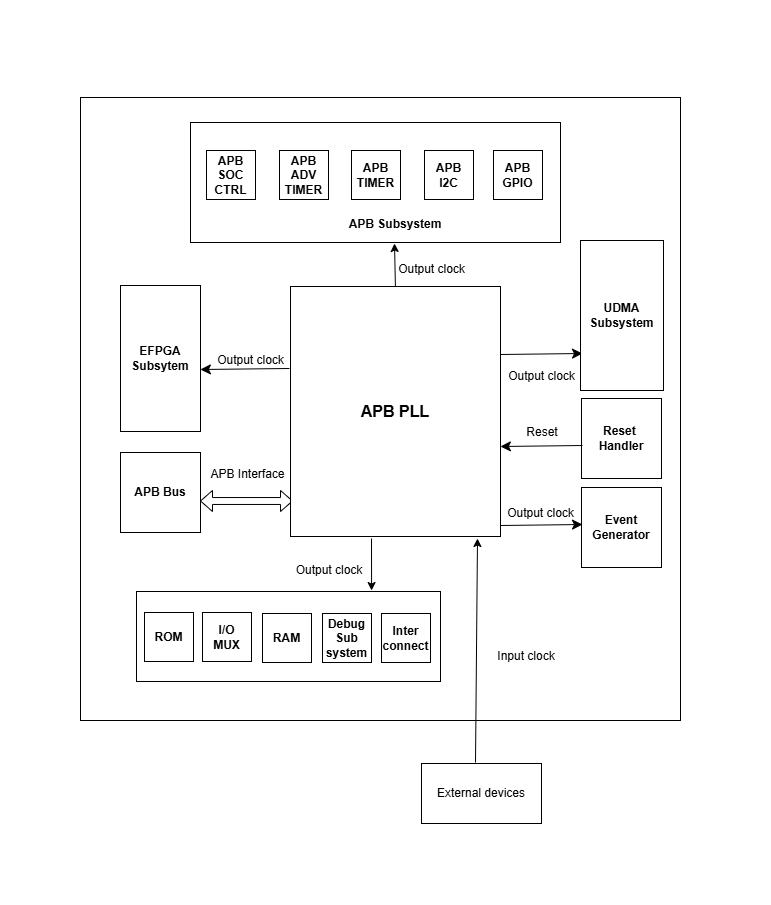
The draw.io diagram docs/doc-src/ip-blocks/apb_pll_soc_connections.png in cst-rameez/core-v-mcu, before a commit. Source tidied: cells renumbered, new cells last; positions are measured from the earlier drawing's top-left corner, leaving out a move shared by most shapes.
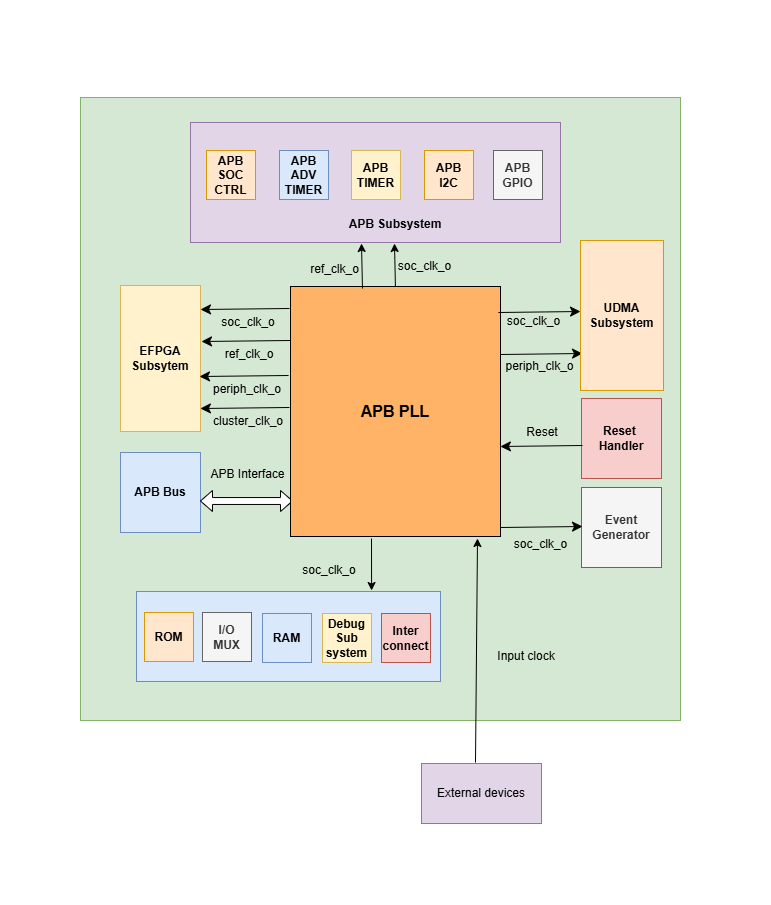
Later version of the same file.

Commit message:
Cleaned the .rst and block diagrams

The edit, as a diff of the source:
```diff
@@ -2,16 +2,16 @@
   <root>
     <mxCell id="0" />
     <mxCell id="1" parent="0" />
-    <mxCell id="2" style="rounded=0;whiteSpace=wrap;html=1;" parent="1" vertex="1">
+    <mxCell id="2" style="rounded=0;whiteSpace=wrap;html=1;fillColor=#d5e8d4;strokeColor=#82b366;" parent="1" vertex="1">
       <mxGeometry x="80" y="97" width="600" height="623" as="geometry" />
     </mxCell>
-    <mxCell id="3" style="rounded=0;whiteSpace=wrap;html=1;" parent="1" vertex="1">
+    <mxCell id="3" style="rounded=0;whiteSpace=wrap;html=1;fillColor=#e1d5e7;strokeColor=#9673a6;" parent="1" vertex="1">
       <mxGeometry x="190" y="122" width="370" height="120" as="geometry" />
     </mxCell>
-    <mxCell id="4" value="&lt;b&gt;APB Bus&lt;/b&gt;" style="whiteSpace=wrap;html=1;" parent="1" vertex="1">
+    <mxCell id="4" value="&lt;b&gt;APB Bus&lt;/b&gt;" style="whiteSpace=wrap;html=1;fillColor=#dae8fc;strokeColor=#6c8ebf;" parent="1" vertex="1">
       <mxGeometry x="120" y="452" width="80" height="80" as="geometry" />
     </mxCell>
-    <mxCell id="5" value="&lt;b&gt;Event Generator&lt;/b&gt;" style="whiteSpace=wrap;html=1;" parent="1" vertex="1">
+    <mxCell id="5" value="&lt;b&gt;Event Generator&lt;/b&gt;" style="whiteSpace=wrap;html=1;fillColor=#f5f5f5;fontColor=#333333;strokeColor=#666666;" parent="1" vertex="1">
       <mxGeometry x="581" y="487" width="80" height="80" as="geometry" />
     </mxCell>
     <mxCell id="6" style="endArrow=classic;html=1;rounded=0;entryX=0.401;entryY=0.031;entryDx=0;entryDy=0;entryPerimeter=0;exitX=0.75;exitY=1;exitDx=0;exitDy=0;" parent="1" edge="1">
@@ -29,7 +29,7 @@
     <mxCell id="9" value="APB Interface" style="text;strokeColor=none;align=center;fillColor=none;html=1;verticalAlign=middle;whiteSpace=wrap;rounded=0;" parent="1" vertex="1">
       <mxGeometry x="206" y="457" width="83" height="33" as="geometry" />
     </mxCell>
-    <mxCell id="10" style="rounded=0;whiteSpace=wrap;html=1;" parent="1" vertex="1">
+    <mxCell id="10" style="rounded=0;whiteSpace=wrap;html=1;fillColor=#dae8fc;strokeColor=#6c8ebf;" parent="1" vertex="1">
       <mxGeometry x="136" y="591" width="304" height="90" as="geometry" />
     </mxCell>
     <mxCell id="11" style="endArrow=classic;html=1;rounded=0;entryX=0.401;entryY=0.031;entryDx=0;entryDy=0;entryPerimeter=0;exitX=0.45;exitY=-0.017;exitDx=0;exitDy=0;exitPerimeter=0;" parent="1" edge="1" source="42">
@@ -37,11 +37,11 @@
         <mxPoint x="477" y="538" as="targetPoint" />
       </mxGeometry>
     </mxCell>
-    <mxCell id="12" value="Output clock" style="text;strokeColor=none;align=center;fillColor=none;html=1;verticalAlign=middle;whiteSpace=wrap;rounded=0;" parent="1" vertex="1">
+    <mxCell id="12" value="soc_clk_o" style="text;strokeColor=none;align=center;fillColor=none;html=1;verticalAlign=middle;whiteSpace=wrap;rounded=0;" parent="1" vertex="1">
       <mxGeometry x="291" y="555" width="76" height="30" as="geometry" />
     </mxCell>
-    <mxCell id="13" value="Output clock" style="text;strokeColor=none;align=center;fillColor=none;html=1;verticalAlign=middle;whiteSpace=wrap;rounded=0;" parent="1" vertex="1">
-      <mxGeometry x="502" y="493" width="77" height="40" as="geometry" />
+    <mxCell id="13" value="soc_clk_o" style="text;strokeColor=none;align=center;fillColor=none;html=1;verticalAlign=middle;whiteSpace=wrap;rounded=0;" parent="1" vertex="1">
+      <mxGeometry x="502" y="524" width="77" height="40" as="geometry" />
     </mxCell>
     <mxCell id="14" style="rounded=0;whiteSpace=wrap;html=1;strokeColor=#FFFFFF;" parent="1" vertex="1">
       <mxGeometry x="302" width="120" height="60" as="geometry" />
@@ -52,22 +52,22 @@
     <mxCell id="16" style="rounded=0;whiteSpace=wrap;html=1;strokeColor=#FFFFFF;direction=south;" parent="1" vertex="1">
       <mxGeometry y="398" width="60" height="120" as="geometry" />
     </mxCell>
-    <mxCell id="17" value="&lt;b&gt;APB GPIO&lt;/b&gt;" style="whiteSpace=wrap;html=1;" parent="1" vertex="1">
+    <mxCell id="17" value="&lt;b&gt;APB GPIO&lt;/b&gt;" style="whiteSpace=wrap;html=1;fillColor=#f5f5f5;fontColor=#333333;strokeColor=#666666;" parent="1" vertex="1">
       <mxGeometry x="493" y="150" width="49" height="49" as="geometry" />
     </mxCell>
-    <mxCell id="18" value="&lt;b&gt;APB SOC CTRL&lt;/b&gt;" style="whiteSpace=wrap;html=1;" parent="1" vertex="1">
+    <mxCell id="18" value="&lt;b&gt;APB SOC CTRL&lt;/b&gt;" style="whiteSpace=wrap;html=1;fillColor=#ffe6cc;strokeColor=#d79b00;" parent="1" vertex="1">
       <mxGeometry x="206" y="150" width="49" height="49" as="geometry" />
     </mxCell>
-    <mxCell id="19" value="&lt;b&gt;APB ADV TIMER&lt;/b&gt;" style="whiteSpace=wrap;html=1;" parent="1" vertex="1">
+    <mxCell id="19" value="&lt;b&gt;APB ADV TIMER&lt;/b&gt;" style="whiteSpace=wrap;html=1;fillColor=#dae8fc;strokeColor=#6c8ebf;" parent="1" vertex="1">
       <mxGeometry x="279" y="150" width="49" height="49" as="geometry" />
     </mxCell>
-    <mxCell id="20" value="&lt;b&gt;APB TIMER&lt;/b&gt;" style="whiteSpace=wrap;html=1;" parent="1" vertex="1">
+    <mxCell id="20" value="&lt;b&gt;APB TIMER&lt;/b&gt;" style="whiteSpace=wrap;html=1;fillColor=#fff2cc;strokeColor=#d6b656;" parent="1" vertex="1">
       <mxGeometry x="351" y="150" width="49" height="49" as="geometry" />
     </mxCell>
-    <mxCell id="21" value="&lt;b&gt;APB I2C&lt;/b&gt;" style="whiteSpace=wrap;html=1;" parent="1" vertex="1">
+    <mxCell id="21" value="&lt;b&gt;APB I2C&lt;/b&gt;" style="whiteSpace=wrap;html=1;fillColor=#ffe6cc;strokeColor=#d79b00;" parent="1" vertex="1">
       <mxGeometry x="424" y="150" width="49" height="49" as="geometry" />
     </mxCell>
-    <mxCell id="22" value="&lt;b&gt;&lt;font style=&quot;font-size: 16px;&quot;&gt;APB PLL&lt;/font&gt;&lt;/b&gt;" style="rounded=0;whiteSpace=wrap;html=1;" parent="1" vertex="1">
+    <mxCell id="22" value="&lt;b&gt;&lt;font style=&quot;font-size: 16px;&quot;&gt;APB PLL&lt;/font&gt;&lt;/b&gt;" style="rounded=0;whiteSpace=wrap;html=1;fillColor=#FFB366;" parent="1" vertex="1">
       <mxGeometry x="290" y="286" width="210" height="250" as="geometry" />
     </mxCell>
     <mxCell id="23" value="&lt;font style=&quot;font-size: 12px;&quot;&gt;&lt;b&gt;APB Subsystem&lt;/b&gt;&lt;/font&gt;" style="text;strokeColor=none;fillColor=none;html=1;align=center;verticalAlign=middle;whiteSpace=wrap;rounded=0;fontSize=16;" parent="1" vertex="1">
@@ -75,11 +75,11 @@
     </mxCell>
     <mxCell id="24" style="endArrow=classic;html=1;rounded=0;fontSize=12;startSize=8;endSize=8;curved=1;exitX=0.99;exitY=0.784;exitDx=0;exitDy=0;exitPerimeter=0;" parent="1" edge="1">
       <mxGeometry relative="1" as="geometry">
-        <mxPoint x="499.9" y="525" as="sourcePoint" />
-        <mxPoint x="582" y="524" as="targetPoint" />
+        <mxPoint x="499.9" y="527" as="sourcePoint" />
+        <mxPoint x="582" y="526" as="targetPoint" />
       </mxGeometry>
     </mxCell>
-    <mxCell id="25" value="&lt;b&gt;Reset&amp;nbsp;&lt;/b&gt;&lt;div&gt;&lt;b&gt;Handler&lt;/b&gt;&lt;/div&gt;" style="whiteSpace=wrap;html=1;" parent="1" vertex="1">
+    <mxCell id="25" value="&lt;b&gt;Reset&amp;nbsp;&lt;/b&gt;&lt;div&gt;&lt;b&gt;Handler&lt;/b&gt;&lt;/div&gt;" style="whiteSpace=wrap;html=1;fillColor=#f8cecc;strokeColor=#b85450;" parent="1" vertex="1">
       <mxGeometry x="581" y="398" width="80" height="80" as="geometry" />
     </mxCell>
     <mxCell id="26" style="endArrow=classic;html=1;rounded=0;fontSize=12;startSize=8;endSize=8;curved=1;exitX=0.99;exitY=0.784;exitDx=0;exitDy=0;exitPerimeter=0;" parent="1" edge="1">
@@ -94,25 +94,16 @@
         <mxPoint x="582" y="353" as="targetPoint" />
       </mxGeometry>
     </mxCell>
-    <mxCell id="28" value="Output clock" style="text;strokeColor=none;align=center;fillColor=none;html=1;verticalAlign=middle;whiteSpace=wrap;rounded=0;" parent="1" vertex="1">
-      <mxGeometry x="503" y="356" width="77" height="40" as="geometry" />
+    <mxCell id="28" value="periph_clk_o" style="text;strokeColor=none;align=center;fillColor=none;html=1;verticalAlign=middle;whiteSpace=wrap;rounded=0;" parent="1" vertex="1">
+      <mxGeometry x="511" y="348" width="57" height="35" as="geometry" />
     </mxCell>
-    <mxCell id="29" value="&lt;b&gt;EFPGA&lt;/b&gt;&lt;div&gt;&lt;b&gt;Subsytem&lt;/b&gt;&lt;/div&gt;" style="rounded=0;whiteSpace=wrap;html=1;" parent="1" vertex="1">
+    <mxCell id="29" value="&lt;b&gt;EFPGA&lt;/b&gt;&lt;div&gt;&lt;b&gt;Subsytem&lt;/b&gt;&lt;/div&gt;" style="rounded=0;whiteSpace=wrap;html=1;fillColor=#fff2cc;strokeColor=#d6b656;" parent="1" vertex="1">
       <mxGeometry x="120" y="285" width="80" height="146" as="geometry" />
     </mxCell>
-    <mxCell id="30" style="endArrow=classic;html=1;rounded=0;fontSize=12;startSize=8;endSize=8;curved=1;exitX=-0.005;exitY=0.468;exitDx=0;exitDy=0;exitPerimeter=0;" parent="1" edge="1">
-      <mxGeometry relative="1" as="geometry">
-        <mxPoint x="289" y="368" as="sourcePoint" />
-        <mxPoint x="199.9" y="369" as="targetPoint" />
-      </mxGeometry>
-    </mxCell>
-    <mxCell id="31" value="Output clock" style="text;strokeColor=none;align=center;fillColor=none;html=1;verticalAlign=middle;whiteSpace=wrap;rounded=0;" parent="1" vertex="1">
-      <mxGeometry x="393" y="249" width="77" height="40" as="geometry" />
+    <mxCell id="31" value="soc_clk_o" style="text;strokeColor=none;align=center;fillColor=none;html=1;verticalAlign=middle;whiteSpace=wrap;rounded=0;" parent="1" vertex="1">
+      <mxGeometry x="386" y="255" width="77" height="22" as="geometry" />
     </mxCell>
-    <mxCell id="32" value="Output clock" style="text;strokeColor=none;align=center;fillColor=none;html=1;verticalAlign=middle;whiteSpace=wrap;rounded=0;" parent="1" vertex="1">
-      <mxGeometry x="212" y="340" width="77" height="40" as="geometry" />
-    </mxCell>
-    <mxCell id="33" value="&lt;b&gt;UDMA&lt;br&gt;Subsystem&lt;/b&gt;" style="rounded=0;whiteSpace=wrap;html=1;" parent="1" vertex="1">
+    <mxCell id="33" value="&lt;b&gt;UDMA&lt;br&gt;Subsystem&lt;/b&gt;" style="rounded=0;whiteSpace=wrap;html=1;fillColor=#ffe6cc;strokeColor=#d79b00;" parent="1" vertex="1">
       <mxGeometry x="580" y="240" width="83" height="150" as="geometry" />
     </mxCell>
     <mxCell id="34" style="endArrow=classic;html=1;rounded=0;entryX=0.401;entryY=0.031;entryDx=0;entryDy=0;entryPerimeter=0;exitX=0.311;exitY=-0.033;exitDx=0;exitDy=0;exitPerimeter=0;" parent="1" edge="1">
@@ -121,19 +112,19 @@
         <mxPoint x="371.1" y="590" as="targetPoint" />
       </mxGeometry>
     </mxCell>
-    <mxCell id="35" value="&lt;b&gt;ROM&lt;/b&gt;" style="whiteSpace=wrap;html=1;" parent="1" vertex="1">
+    <mxCell id="35" value="&lt;b&gt;ROM&lt;/b&gt;" style="whiteSpace=wrap;html=1;fillColor=#ffe6cc;strokeColor=#d79b00;" parent="1" vertex="1">
       <mxGeometry x="144" y="612" width="49" height="49" as="geometry" />
     </mxCell>
-    <mxCell id="36" value="&lt;b&gt;I/O &lt;br&gt;MUX&lt;/b&gt;" style="whiteSpace=wrap;html=1;" parent="1" vertex="1">
+    <mxCell id="36" value="&lt;b&gt;I/O &lt;br&gt;MUX&lt;/b&gt;" style="whiteSpace=wrap;html=1;fillColor=#f5f5f5;fontColor=#333333;strokeColor=#666666;" parent="1" vertex="1">
       <mxGeometry x="202" y="612" width="49" height="49" as="geometry" />
     </mxCell>
-    <mxCell id="37" value="&lt;b&gt;RAM&lt;/b&gt;" style="whiteSpace=wrap;html=1;" parent="1" vertex="1">
+    <mxCell id="37" value="&lt;b&gt;RAM&lt;/b&gt;" style="whiteSpace=wrap;html=1;fillColor=#dae8fc;strokeColor=#6c8ebf;" parent="1" vertex="1">
       <mxGeometry x="262" y="613" width="49" height="49" as="geometry" />
     </mxCell>
-    <mxCell id="38" value="&lt;b&gt;Debug&lt;br&gt;Sub&lt;/b&gt;&lt;div&gt;&lt;b&gt;system&lt;/b&gt;&lt;/div&gt;" style="whiteSpace=wrap;html=1;" parent="1" vertex="1">
+    <mxCell id="38" value="&lt;b&gt;Debug&lt;br&gt;Sub&lt;/b&gt;&lt;div&gt;&lt;b&gt;system&lt;/b&gt;&lt;/div&gt;" style="whiteSpace=wrap;html=1;fillColor=#fff2cc;strokeColor=#d6b656;" parent="1" vertex="1">
       <mxGeometry x="322" y="613" width="49" height="49" as="geometry" />
     </mxCell>
-    <mxCell id="39" value="&lt;b&gt;Inter connect&lt;/b&gt;" style="whiteSpace=wrap;html=1;" parent="1" vertex="1">
+    <mxCell id="39" value="&lt;b&gt;Inter connect&lt;/b&gt;" style="whiteSpace=wrap;html=1;fillColor=#f8cecc;strokeColor=#b85450;" parent="1" vertex="1">
       <mxGeometry x="381" y="613" width="49" height="49" as="geometry" />
     </mxCell>
     <mxCell id="40" value="Input clock" style="text;strokeColor=none;align=center;fillColor=none;html=1;verticalAlign=middle;whiteSpace=wrap;rounded=0;" parent="1" vertex="1">
@@ -142,8 +133,74 @@
     <mxCell id="41" style="rounded=0;whiteSpace=wrap;html=1;strokeColor=#FFFFFF;" parent="1" vertex="1">
       <mxGeometry x="340" y="844" width="120" height="60" as="geometry" />
     </mxCell>
-    <mxCell id="42" value="External devices" style="rounded=0;whiteSpace=wrap;html=1;" parent="1" vertex="1">
+    <mxCell id="42" value="External devices" style="rounded=0;whiteSpace=wrap;html=1;fillColor=#e1d5e7;strokeColor=#9673a6;" parent="1" vertex="1">
       <mxGeometry x="421" y="763" width="120" height="60" as="geometry" />
     </mxCell>
+    <mxCell id="43" style="endArrow=classic;html=1;rounded=0;fontSize=12;startSize=8;endSize=8;curved=1;exitX=0.99;exitY=0.784;exitDx=0;exitDy=0;exitPerimeter=0;" parent="1" edge="1">
+      <mxGeometry relative="1" as="geometry">
+        <mxPoint x="497.9" y="312" as="sourcePoint" />
+        <mxPoint x="580" y="311" as="targetPoint" />
+      </mxGeometry>
+    </mxCell>
+    <mxCell id="44" value="soc_clk_o" style="text;strokeColor=none;align=center;fillColor=none;html=1;verticalAlign=middle;whiteSpace=wrap;rounded=0;" parent="1" vertex="1">
+      <mxGeometry x="495" y="301" width="77" height="40" as="geometry" />
+    </mxCell>
+    <mxCell id="45" style="group;" parent="1" vertex="1">
+      <mxGeometry x="199.9" y="407" width="89.1" height="24" as="geometry" />
+    </mxCell>
+    <mxCell id="30" style="endArrow=classic;html=1;rounded=0;fontSize=12;startSize=8;endSize=8;curved=1;exitX=-0.005;exitY=0.468;exitDx=0;exitDy=0;exitPerimeter=0;" parent="45" edge="1">
+      <mxGeometry relative="1" as="geometry">
+        <mxPoint x="89.1" as="sourcePoint" />
+        <mxPoint y="1" as="targetPoint" />
+      </mxGeometry>
+    </mxCell>
+    <mxCell id="32" value="cluster_clk_o" style="text;strokeColor=none;align=center;fillColor=none;html=1;verticalAlign=middle;whiteSpace=wrap;rounded=0;" parent="45" vertex="1">
+      <mxGeometry x="9.1" y="3" width="78" height="21" as="geometry" />
+    </mxCell>
+    <mxCell id="46" style="group;" parent="1" vertex="1">
+      <mxGeometry x="199" y="375" width="89.1" height="24" as="geometry" />
+    </mxCell>
+    <mxCell id="47" style="endArrow=classic;html=1;rounded=0;fontSize=12;startSize=8;endSize=8;curved=1;exitX=-0.005;exitY=0.468;exitDx=0;exitDy=0;exitPerimeter=0;" parent="46" edge="1">
+      <mxGeometry relative="1" as="geometry">
+        <mxPoint x="89.1" as="sourcePoint" />
+        <mxPoint y="1" as="targetPoint" />
+      </mxGeometry>
+    </mxCell>
+    <mxCell id="48" value="periph&lt;span style=&quot;color: rgba(0, 0, 0, 0); font-family: monospace; font-size: 0px; text-align: start; text-wrap-mode: nowrap;&quot;&gt;%3CmxGraphModel%3E%3Croot%3E%3CmxCell%20id%3D%220%22%2F%3E%3CmxCell%20id%3D%221%22%20parent%3D%220%22%2F%3E%3CmxCell%20id%3D%222%22%20value%3D%22%22%20style%3D%22group%22%20vertex%3D%221%22%20connectable%3D%220%22%20parent%3D%221%22%3E%3CmxGeometry%20x%3D%22239.89999999999998%22%20y%3D%22615%22%20width%3D%2289.05000000000007%22%20height%3D%2224%22%20as%3D%22geometry%22%2F%3E%3C%2FmxCell%3E%3CmxCell%20id%3D%223%22%20value%3D%22%22%20style%3D%22endArrow%3Dclassic%3Bhtml%3D1%3Brounded%3D0%3BfontSize%3D12%3BstartSize%3D8%3BendSize%3D8%3Bcurved%3D1%3BexitX%3D-0.005%3BexitY%3D0.468%3BexitDx%3D0%3BexitDy%3D0%3BexitPerimeter%3D0%3B%22%20edge%3D%221%22%20parent%3D%222%22%3E%3CmxGeometry%20width%3D%2250%22%20height%3D%2250%22%20relative%3D%221%22%20as%3D%22geometry%22%3E%3CmxPoint%20x%3D%2289.05000000000007%22%20as%3D%22sourcePoint%22%2F%3E%3CmxPoint%20y%3D%221%22%20as%3D%22targetPoint%22%2F%3E%3C%2FmxGeometry%3E%3C%2FmxCell%3E%3CmxCell%20id%3D%224%22%20value%3D%22cluster_clk_o%22%20style%3D%22text%3BstrokeColor%3Dnone%3Balign%3Dcenter%3BfillColor%3Dnone%3Bhtml%3D1%3BverticalAlign%3Dmiddle%3BwhiteSpace%3Dwrap%3Brounded%3D0%3B%22%20vertex%3D%221%22%20parent%3D%222%22%3E%3CmxGeometry%20x%3D%229.100000000000023%22%20y%3D%223%22%20width%3D%2278%22%20height%3D%2221%22%20as%3D%22geometry%22%2F%3E%3C%2FmxCell%3E%3C%2Froot%3E%3C%2FmxGraphModel%3E&lt;/span&gt;_clk_o" style="text;strokeColor=none;align=center;fillColor=none;html=1;verticalAlign=middle;whiteSpace=wrap;rounded=0;" parent="46" vertex="1">
+      <mxGeometry x="9.1" y="3" width="78" height="21" as="geometry" />
+    </mxCell>
+    <mxCell id="49" style="group;" parent="1" vertex="1">
+      <mxGeometry x="201" y="340" width="89.1" height="24" as="geometry" />
+    </mxCell>
+    <mxCell id="50" style="endArrow=classic;html=1;rounded=0;fontSize=12;startSize=8;endSize=8;curved=1;exitX=-0.005;exitY=0.468;exitDx=0;exitDy=0;exitPerimeter=0;" parent="49" edge="1">
+      <mxGeometry relative="1" as="geometry">
+        <mxPoint x="89.1" as="sourcePoint" />
+        <mxPoint y="1" as="targetPoint" />
+      </mxGeometry>
+    </mxCell>
+    <mxCell id="51" value="ref_clk_o" style="text;strokeColor=none;align=center;fillColor=none;html=1;verticalAlign=middle;whiteSpace=wrap;rounded=0;" parent="49" vertex="1">
+      <mxGeometry x="9.1" y="3" width="78" height="21" as="geometry" />
+    </mxCell>
+    <mxCell id="52" style="group;" parent="1" vertex="1">
+      <mxGeometry x="200" y="308" width="89.1" height="24" as="geometry" />
+    </mxCell>
+    <mxCell id="53" style="endArrow=classic;html=1;rounded=0;fontSize=12;startSize=8;endSize=8;curved=1;exitX=-0.005;exitY=0.468;exitDx=0;exitDy=0;exitPerimeter=0;" parent="52" edge="1">
+      <mxGeometry relative="1" as="geometry">
+        <mxPoint x="89.1" as="sourcePoint" />
+        <mxPoint y="1" as="targetPoint" />
+      </mxGeometry>
+    </mxCell>
+    <mxCell id="54" value="soc_clk_o" style="text;strokeColor=none;align=center;fillColor=none;html=1;verticalAlign=middle;whiteSpace=wrap;rounded=0;" parent="52" vertex="1">
+      <mxGeometry x="9.1" y="3" width="78" height="21" as="geometry" />
+    </mxCell>
+    <mxCell id="55" value="ref_clk_o" style="text;strokeColor=none;align=center;fillColor=none;html=1;verticalAlign=middle;whiteSpace=wrap;rounded=0;" parent="1" vertex="1">
+      <mxGeometry x="296" y="258" width="77" height="22" as="geometry" />
+    </mxCell>
+    <mxCell id="56" style="endArrow=classic;html=1;rounded=0;entryX=0.401;entryY=0.031;entryDx=0;entryDy=0;entryPerimeter=0;exitX=0.75;exitY=1;exitDx=0;exitDy=0;" parent="1" edge="1">
+      <mxGeometry relative="1" as="geometry">
+        <mxPoint x="362" y="288" as="sourcePoint" />
+        <mxPoint x="361" y="243" as="targetPoint" />
+      </mxGeometry>
+    </mxCell>
   </root>
 </mxGraphModel>
```
